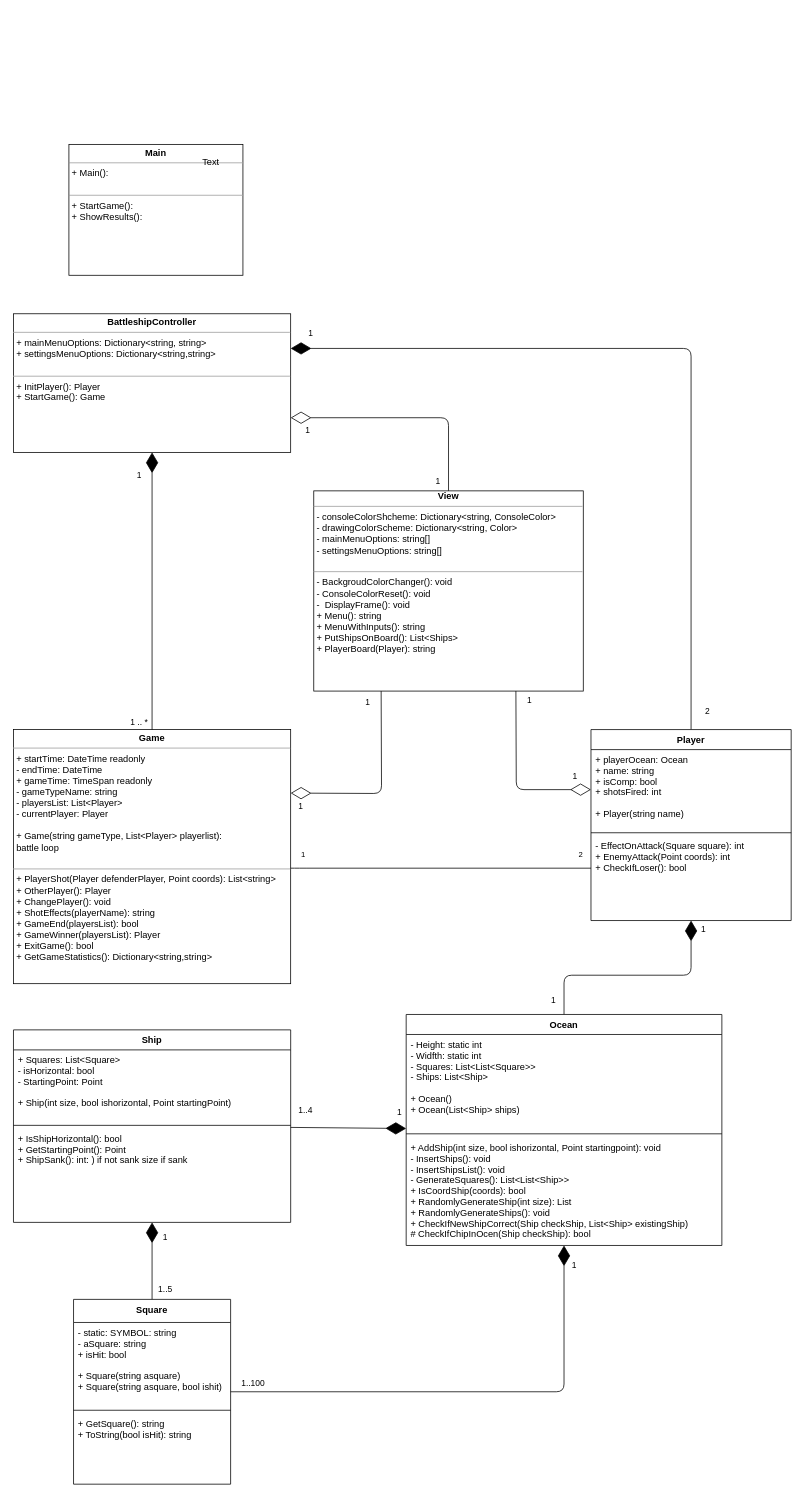
CodecoolGlobal/battle-ship-in-the-oo-way-war_ships keeps this draw.io diagram as specifications/UML_Battleship.drawio. Above is the earlier version. Source tidied: cells renumbered, new cells numbered last; positions are measured from the earlier drawing's top-left corner, leaving out a move shared by most shapes. Both pictures are drawn from the tidied source at 77%, with x=0, y=0 at pixel (13, 144).
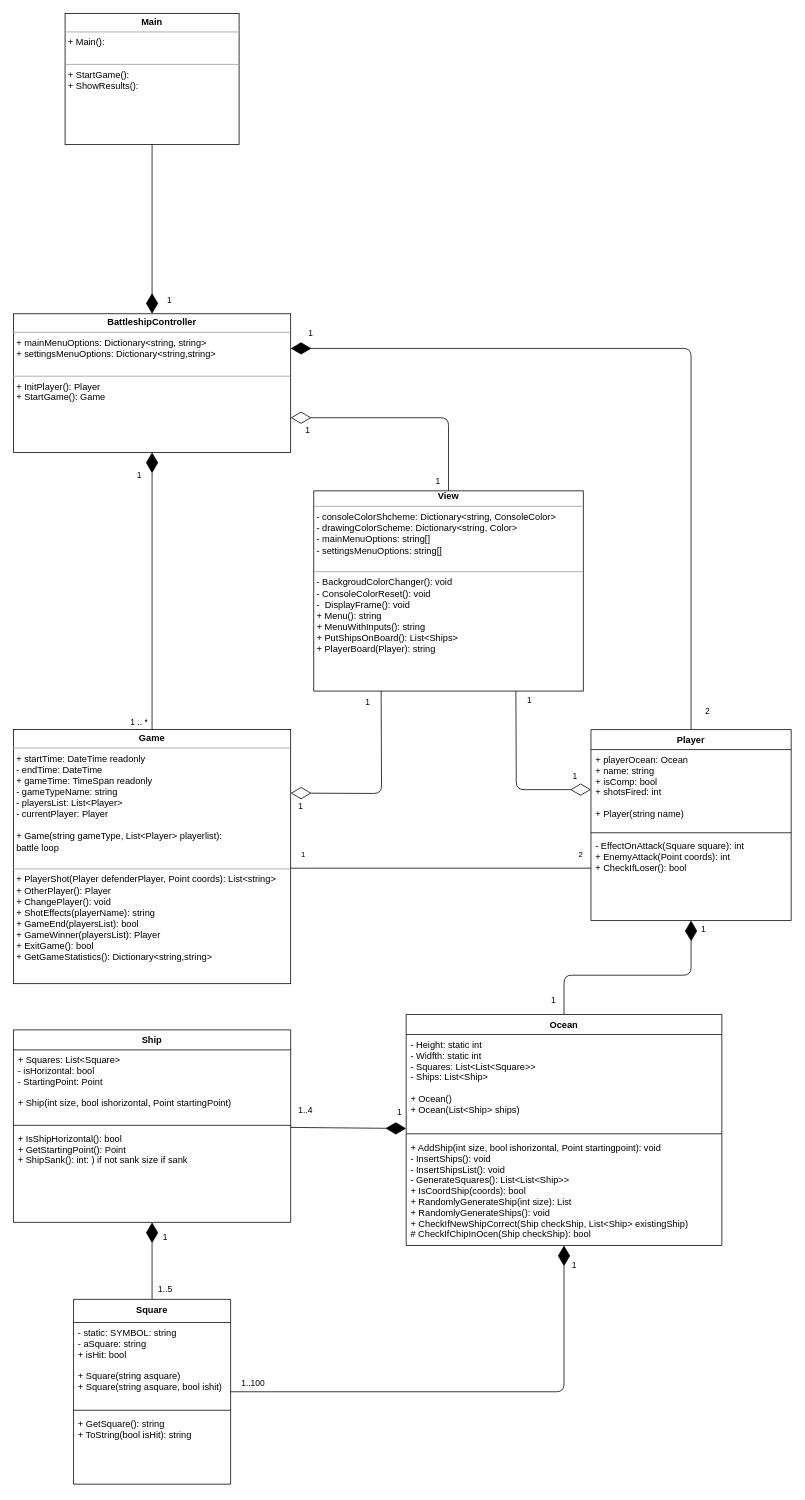
The same diagram, later.

Unchanged cells that the change refers to:
```xml
<mxCell id="21" value="&lt;p style=&quot;margin: 0px ; margin-top: 4px ; text-align: center&quot;&gt;&lt;b&gt;BattleshipController&lt;/b&gt;&lt;br&gt;&lt;/p&gt;&lt;hr size=&quot;1&quot;&gt;&lt;p style=&quot;margin: 0px ; margin-left: 4px&quot;&gt;+ mainMenuOptions: Dictionary&amp;lt;string, string&amp;gt;&lt;/p&gt;&lt;p style=&quot;margin: 0px ; margin-left: 4px&quot;&gt;+ settingsMenuOptions: Dictionary&amp;lt;string,string&amp;gt;&lt;/p&gt;&lt;p style=&quot;margin: 0px ; margin-left: 4px&quot;&gt;&lt;br&gt;&lt;/p&gt;&lt;hr size=&quot;1&quot;&gt;&lt;p style=&quot;margin: 0px ; margin-left: 4px&quot;&gt;+ InitPlayer(): Player&lt;br&gt;&lt;/p&gt;&lt;p style=&quot;margin: 0px ; margin-left: 4px&quot;&gt;+ StartGame(): Game&lt;br&gt;&lt;/p&gt;" style="verticalAlign=top;align=left;overflow=fill;fontSize=12;fontFamily=Helvetica;html=1;" parent="1" vertex="1">
  <mxGeometry y="220" width="360" height="180" as="geometry" />
</mxCell>
```

What changed in the source:
```diff
@@
     <mxCell id="3" value="&lt;p style=&quot;margin: 0px ; margin-top: 4px ; text-align: center&quot;&gt;&lt;b&gt;Main&lt;/b&gt;&lt;/p&gt;&lt;hr size=&quot;1&quot;&gt;&lt;p style=&quot;margin: 0px ; margin-left: 4px&quot;&gt;+ Main():&lt;/p&gt;&lt;p style=&quot;margin: 0px ; margin-left: 4px&quot;&gt;&lt;br&gt;&lt;/p&gt;&lt;hr size=&quot;1&quot;&gt;&lt;p style=&quot;margin: 0px ; margin-left: 4px&quot;&gt;+ StartGame():&lt;/p&gt;&lt;p style=&quot;margin: 0px ; margin-left: 4px&quot;&gt;+ ShowResults():&lt;/p&gt;&lt;p style=&quot;margin: 0px ; margin-left: 4px&quot;&gt;&lt;br&gt;&lt;/p&gt;" style="verticalAlign=top;align=left;overflow=fill;fontSize=12;fontFamily=Helvetica;html=1;" parent="1" vertex="1">
-      <mxGeometry x="72" width="226" height="170" as="geometry" />
+      <mxGeometry x="67" y="-170" width="226" height="170" as="geometry" />
     </mxCell>
-    <mxCell id="4" value="Text" style="text;html=1;align=center;verticalAlign=middle;" parent="3" vertex="1">
-      <mxGeometry x="163.5" y="13" width="40" height="20" as="geometry" />
-    </mxCell>
@@
+    <mxCell id="53" style="endArrow=diamondThin;endFill=1;endSize=24;html=1;" parent="1" edge="1" source="3" target="21">
+      <mxGeometry relative="1" as="geometry" />
+    </mxCell>
+    <mxCell id="54" value="&amp;nbsp;1" style="edgeLabel;html=1;align=center;verticalAlign=middle;" parent="53" vertex="1">
+      <mxGeometry x="0.85" y="6" relative="1" as="geometry">
+        <mxPoint x="14" y="-3" as="offset" />
+      </mxGeometry>
+    </mxCell>
```
